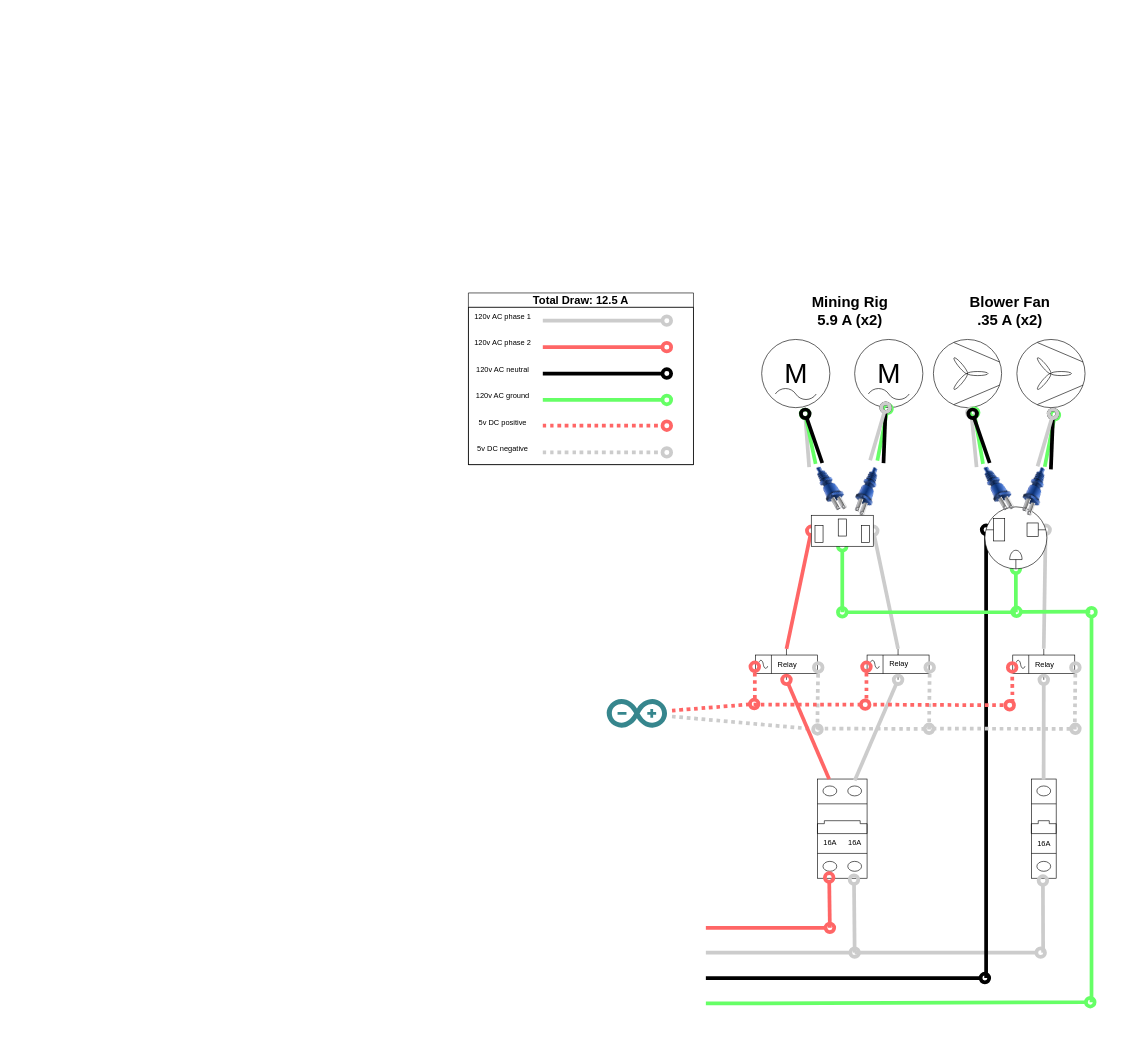
Above: white-board.drawio in sjfcodes/draw-io (draw.io), before the change. Source tidied: cells renumbered, new cells numbered last; positions are measured from the earlier drawing's top-left corner, leaving out a move shared by most shapes. Both pictures are drawn from the tidied source at 62%, with x=0, y=0 at pixel (468, 289). Pictures stored in the file or linked from it are replaced by grey dashed boxes.
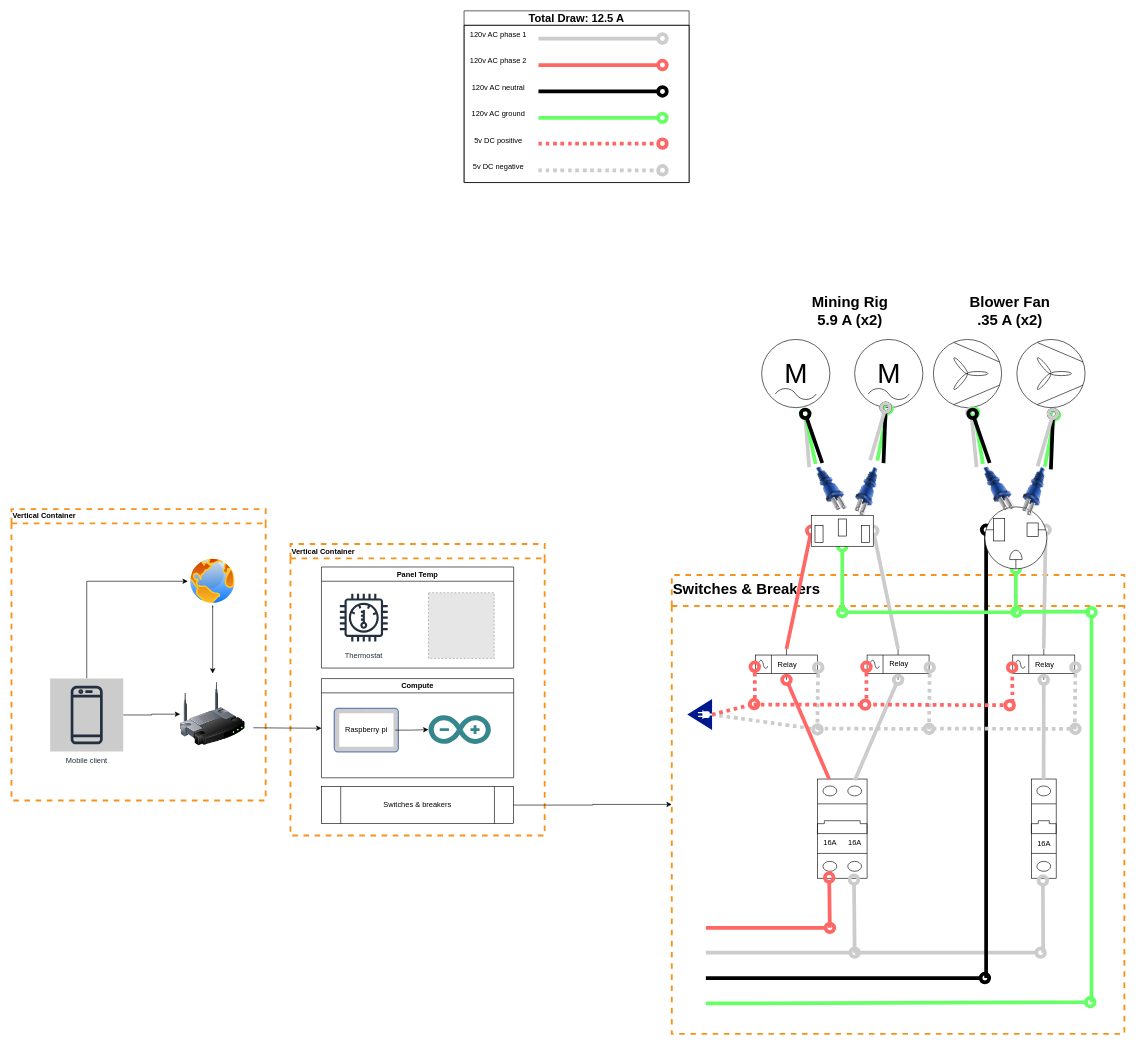
Above is the later version.

What changed in the source:
```diff
@@
+    <mxCell id="89" value="Vertical Container" style="swimlane;whiteSpace=wrap;html=1;dashed=1;strokeColor=#F7931A;strokeWidth=3;align=left;swimlaneFillColor=default;" parent="1" vertex="1">
+      <mxGeometry x="-737" y="354.6" width="410" height="470" as="geometry" />
+    </mxCell>
+    <mxCell id="90" value="Vertical Container" style="swimlane;whiteSpace=wrap;html=1;dashed=1;strokeColor=#F7931A;strokeWidth=3;align=left;swimlaneFillColor=default;" parent="1" vertex="1">
+      <mxGeometry x="-287" y="411" width="410" height="470" as="geometry" />
+    </mxCell>
+    <mxCell id="91" value="Switches &amp;amp; breakers" style="shape=process;whiteSpace=wrap;html=1;backgroundOutline=1;" parent="90" vertex="1">
+      <mxGeometry x="50" y="391" width="310" height="60" as="geometry" />
+    </mxCell>
+    <mxCell id="92" value="Panel Temp" style="swimlane;whiteSpace=wrap;html=1;" parent="90" vertex="1">
+      <mxGeometry x="50" y="37" width="310" height="163" as="geometry" />
+    </mxCell>
+    <mxCell id="93" value="Thermostat" style="sketch=0;fontColor=#232F3E;gradientColor=none;strokeColor=#232F3E;fillColor=#ffffff;dashed=0;verticalLabelPosition=bottom;verticalAlign=top;align=center;html=1;fontSize=12;fontStyle=0;shape=mxgraph.aws4.resourceIcon;resIcon=mxgraph.aws4.thermostat;" parent="92" vertex="1">
+      <mxGeometry x="20" y="33.5" width="96.5" height="96.5" as="geometry" />
+    </mxCell>
+    <mxCell id="94" style="fillColor=#E6E6E6;strokeColor=#999999;dashed=1;html=1;verticalAlign=top;verticalLabelPosition=bottom;labelBackgroundColor=#ffffff;" parent="92" vertex="1">
+      <mxGeometry x="172.6" y="41.5" width="106" height="106" as="geometry" />
+    </mxCell>
+    <mxCell id="95" value="&lt;p style=&quot;line-height: 120%;&quot;&gt;&lt;font style=&quot;font-size: 24px;&quot;&gt;Switches &amp;amp; Breakers&lt;/font&gt;&lt;/p&gt;" style="swimlane;whiteSpace=wrap;html=1;align=left;dashed=1;strokeWidth=3;fillColor=#FFFFFF;fillStyle=auto;swimlaneFillColor=default;startSize=50;strokeColor=#F7931A;" parent="1" vertex="1">
+      <mxGeometry x="328" y="461" width="730" height="740" as="geometry" />
+    </mxCell>
@@
-    <mxCell id="12" style="edgeStyle=none;jettySize=auto;html=1;rounded=0;endArrow=oval;startSize=14;endSize=14;sourcePerimeterSpacing=8;targetPerimeterSpacing=8;curved=1;strokeWidth=6;endFill=0;strokeColor=#CCCCCC;fillColor=#f5f5f5;dashed=1;dashPattern=1 1;" parent="1" edge="1" source="52">
+    <mxCell id="12" style="edgeStyle=none;jettySize=auto;html=1;rounded=0;endArrow=oval;startSize=14;endSize=14;sourcePerimeterSpacing=8;targetPerimeterSpacing=8;curved=1;strokeWidth=6;endFill=0;strokeColor=#CCCCCC;fillColor=#f5f5f5;dashed=1;dashPattern=1 1;exitX=0;exitY=0.5;exitDx=0;exitDy=0;exitPerimeter=0;" parent="1" edge="1" source="96">
       <mxGeometry relative="1" as="geometry">
         <mxPoint x="563" y="710" as="targetPoint" />
       </mxGeometry>
     </mxCell>
@@
-    <mxCell id="21" style="edgeStyle=none;jettySize=auto;html=1;rounded=0;endArrow=oval;startSize=14;endSize=14;sourcePerimeterSpacing=8;targetPerimeterSpacing=8;curved=1;strokeWidth=6;endFill=0;strokeColor=#FF6666;fillColor=#f5f5f5;dashed=1;dashPattern=1 1;" parent="1" edge="1" source="52">
+    <mxCell id="21" style="edgeStyle=none;jettySize=auto;html=1;rounded=0;endArrow=oval;startSize=14;endSize=14;sourcePerimeterSpacing=8;targetPerimeterSpacing=8;curved=1;strokeWidth=6;endFill=0;strokeColor=#FF6666;fillColor=#f5f5f5;dashed=1;dashPattern=1 1;exitX=0;exitY=0.5;exitDx=0;exitDy=0;exitPerimeter=0;" parent="1" edge="1" source="96">
       <mxGeometry relative="1" as="geometry">
         <mxPoint x="461" y="669" as="targetPoint" />
       </mxGeometry>
     </mxCell>
@@
-    <mxCell id="52" style="dashed=0;outlineConnect=0;html=1;align=center;labelPosition=center;verticalLabelPosition=bottom;verticalAlign=top;shape=mxgraph.weblogos.arduino;fillColor=#36868D;strokeColor=none;" parent="1" vertex="1">
-      <mxGeometry x="223" y="661" width="97.4" height="46.2" as="geometry" />
-    </mxCell>
@@
     <mxCell id="74" style="group;" parent="1" vertex="1">
-      <mxGeometry y="6" width="363" height="277" as="geometry" />
+      <mxGeometry x="-7" y="-449" width="363" height="277" as="geometry" />
     </mxCell>
@@
+    <mxCell id="96" style="sketch=0;shadow=0;dashed=0;html=1;strokeColor=none;labelPosition=center;verticalLabelPosition=bottom;verticalAlign=top;align=center;fillColor=#00188D;shape=mxgraph.mscae.enterprise.plug_and_play;rotation=-180;" parent="1" vertex="1">
+      <mxGeometry x="353" y="661" width="40" height="50" as="geometry" />
+    </mxCell>
+    <mxCell id="97" style="edgeStyle=orthogonalEdgeStyle;rounded=0;jettySize=auto;html=1;entryX=0;entryY=0.5;entryDx=0;entryDy=0;" parent="1" edge="1" target="103">
+      <mxGeometry relative="1" as="geometry">
+        <mxPoint x="-347" y="707.3" as="sourcePoint" />
+      </mxGeometry>
+    </mxCell>
+    <mxCell id="98" style="group;" parent="1" vertex="1">
+      <mxGeometry x="-237" y="628" width="310" height="160" as="geometry" />
+    </mxCell>
+    <mxCell id="52" style="dashed=0;outlineConnect=0;html=1;align=center;labelPosition=center;verticalLabelPosition=bottom;verticalAlign=top;shape=mxgraph.weblogos.arduino;fillColor=#36868D;strokeColor=none;" parent="98" vertex="1">
+      <mxGeometry x="172.6" y="59.2" width="100.6" height="46.2" as="geometry" />
+    </mxCell>
+    <mxCell id="99" style="group;" parent="98" vertex="1">
+      <mxGeometry x="20.7" y="48.1" width="103.3" height="70" as="geometry" />
+    </mxCell>
+    <mxCell id="100" style="fontColor=#0066CC;verticalAlign=top;verticalLabelPosition=bottom;labelPosition=center;align=center;html=1;fillColor=#CCCCCC;strokeColor=#6881B3;gradientColor=none;gradientDirection=north;strokeWidth=2;shape=mxgraph.networks.tablet;" parent="99" vertex="1">
+      <mxGeometry width="103.3" height="70" as="geometry" />
+    </mxCell>
+    <mxCell id="101" value="Raspberry pi" style="text;html=1;align=center;verticalAlign=middle;points=[];strokeColor=none;fillColor=none;" parent="99" vertex="1">
+      <mxGeometry x="5.2" y="20" width="93" height="30" as="geometry" />
+    </mxCell>
+    <mxCell id="102" style="edgeStyle=orthogonalEdgeStyle;rounded=0;jettySize=auto;html=1;" parent="98" edge="1" source="101" target="52">
+      <mxGeometry relative="1" as="geometry" />
+    </mxCell>
+    <mxCell id="103" value="Compute" style="swimlane;whiteSpace=wrap;html=1;" parent="98" vertex="1">
+      <mxGeometry width="310" height="160" as="geometry" />
+    </mxCell>
+    <mxCell id="104" style="edgeStyle=orthogonalEdgeStyle;rounded=0;jettySize=auto;html=1;entryX=0;entryY=0.5;entryDx=0;entryDy=0;" parent="1" edge="1" source="91" target="95">
+      <mxGeometry relative="1" as="geometry" />
+    </mxCell>
+    <mxCell id="105" style="edgeStyle=orthogonalEdgeStyle;rounded=0;jettySize=auto;html=1;entryX=0;entryY=0.5;entryDx=0;entryDy=0;" parent="1" edge="1" source="107" target="111">
+      <mxGeometry relative="1" as="geometry">
+        <Array as="points">
+          <mxPoint x="-616" y="471" />
+        </Array>
+      </mxGeometry>
+    </mxCell>
+    <mxCell id="106" style="edgeStyle=orthogonalEdgeStyle;rounded=0;jettySize=auto;html=1;" parent="1" edge="1" source="107" target="108">
+      <mxGeometry relative="1" as="geometry" />
+    </mxCell>
+    <mxCell id="107" value="Mobile client" style="sketch=0;outlineConnect=0;fontColor=#232F3E;gradientColor=none;strokeColor=#232F3E;fillColor=#CCCCCC;dashed=0;verticalLabelPosition=bottom;verticalAlign=top;align=center;html=1;fontSize=12;fontStyle=0;shape=mxgraph.aws4.resourceIcon;resIcon=mxgraph.aws4.mobile_client;" parent="1" vertex="1">
+      <mxGeometry x="-674.6" y="627.7" width="117.9" height="117.9" as="geometry" />
+    </mxCell>
+    <mxCell id="108" style="image;html=1;image=img/lib/clip_art/networking/Wireless_Router_128x128.png;" parent="1" vertex="1">
+      <mxGeometry x="-464.9" y="619.9" width="104.8" height="130.9" as="geometry" />
+    </mxCell>
+    <mxCell id="109" style="edgeStyle=orthogonalEdgeStyle;rounded=0;jettySize=auto;html=1;" parent="1" edge="1" target="111">
+      <mxGeometry relative="1" as="geometry">
+        <mxPoint x="-412.5" y="513.4" as="sourcePoint" />
+      </mxGeometry>
+    </mxCell>
+    <mxCell id="110" style="edgeStyle=orthogonalEdgeStyle;rounded=0;jettySize=auto;html=1;" parent="1" edge="1" source="111" target="108">
+      <mxGeometry relative="1" as="geometry" />
+    </mxCell>
+    <mxCell id="111" style="image;perimeter=ellipsePerimeter;html=1;align=center;shadow=0;dashed=0;spacingTop=3;image=img/lib/active_directory/internet_globe.svg;" parent="1" vertex="1">
+      <mxGeometry x="-452.5" y="431" width="80" height="80" as="geometry" />
+    </mxCell>
```
